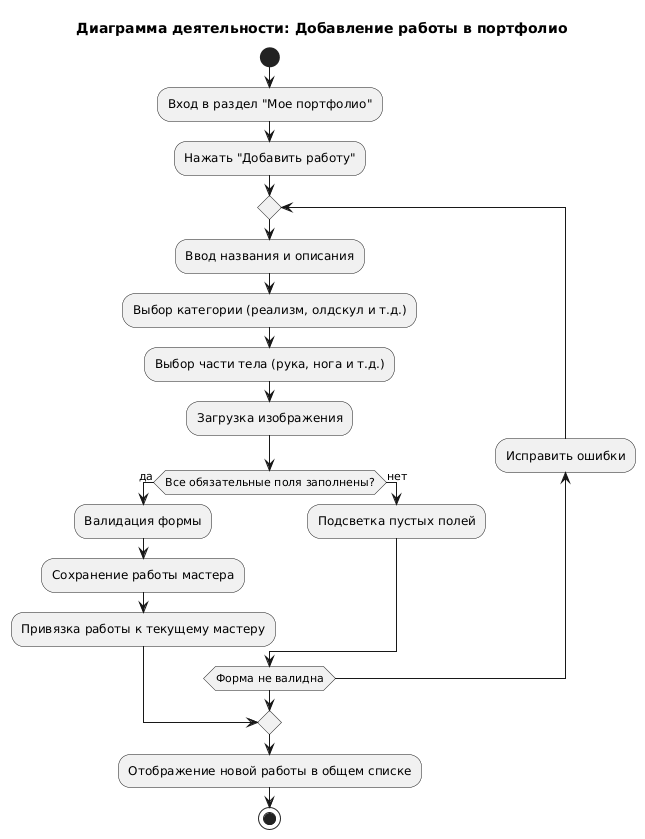
The PlantUML diagram diagrams/activity/master/activity_master_2.png in kr1ms0nh3ad/psychochainsaw_tattoo, before a commit.
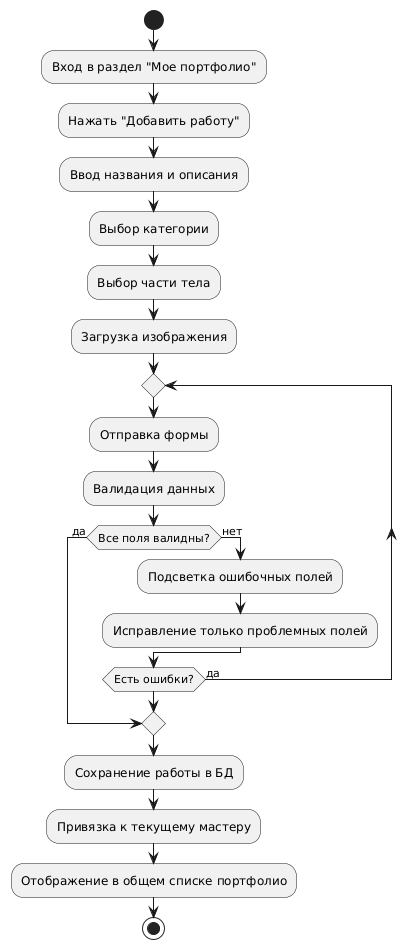
Above is the later version.

The edit, as a diff of the source:
```diff
@@ -1,27 +1,28 @@
 @startuml
-title Диаграмма деятельности: Добавление работы в портфолио
+start
 
-start
 :Вход в раздел "Мое портфолио";
 :Нажать "Добавить работу";
+:Ввод названия и описания;
+:Выбор категории;
+:Выбор части тела;
+:Загрузка изображения;
 
 repeat
-    :Ввод названия и описания;
-    :Выбор категории (реализм, олдскул и т.д.);
-    :Выбор части тела (рука, нога и т.д.);
-    :Загрузка изображения;
+  :Отправка формы;
+  :Валидация данных;
 
-    if (Все обязательные поля заполнены?) then (да)
-        :Валидация формы;
-        :Сохранение работы мастера;
-        :Привязка работы к текущему мастеру;
-        break
-    else (нет)
-        :Подсветка пустых полей;
-    endif
-backward:Исправить ошибки;
-repeat while (Форма не валидна)
+  if (Все поля валидны?) then (да)
+    break
+  else (нет)
+    :Подсветка ошибочных полей;
+    :Исправление только проблемных полей;
+  endif
+repeat while (Есть ошибки?) is (да)
 
-:Отображение новой работы в общем списке;
+:Сохранение работы в БД;
+:Привязка к текущему мастеру;
+:Отображение в общем списке портфолио;
+
 stop
 @enduml
```
